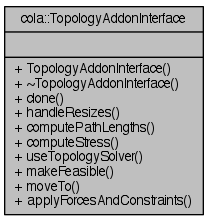
Earlier version of the Graphviz export documentation/classcola_1_1TopologyAddonInterface__coll__graph.png (mjwybrow/adaptagrams). Its source is kept beside it as documentation/classcola_1_1TopologyAddonInterface__coll__graph.dot. The source it was exported from:
```dot
digraph "cola::TopologyAddonInterface"
{
  edge [fontname="Helvetica",fontsize="10",labelfontname="Helvetica",labelfontsize="10"];
  node [fontname="Helvetica",fontsize="10",shape=record];
  Node1 [label="{cola::TopologyAddonInterface\n||+ TopologyAddonInterface()\l+ ~TopologyAddonInterface()\l+ clone()\l+ handleResizes()\l+ computePathLengths()\l+ computeStress()\l+ useTopologySolver()\l+ makeFeasible()\l+ moveTo()\l+ applyForcesAndConstraints()\l}",height=0.2,width=0.4,color="black", fillcolor="grey75", style="filled" fontcolor="black"];
}
```
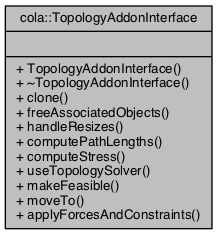
Above is the later version.

Diff of the diagram source:
```diff
@@ -2,5 +2,5 @@
 {
   edge [fontname="Helvetica",fontsize="10",labelfontname="Helvetica",labelfontsize="10"];
   node [fontname="Helvetica",fontsize="10",shape=record];
-  Node1 [label="{cola::TopologyAddonInterface\n||+ TopologyAddonInterface()\l+ ~TopologyAddonInterface()\l+ clone()\l+ handleResizes()\l+ computePathLengths()\l+ computeStress()\l+ useTopologySolver()\l+ makeFeasible()\l+ moveTo()\l+ applyForcesAndConstraints()\l}",height=0.2,width=0.4,color="black", fillcolor="grey75", style="filled" fontcolor="black"];
+  Node1 [label="{cola::TopologyAddonInterface\n||+ TopologyAddonInterface()\l+ ~TopologyAddonInterface()\l+ clone()\l+ freeAssociatedObjects()\l+ handleResizes()\l+ computePathLengths()\l+ computeStress()\l+ useTopologySolver()\l+ makeFeasible()\l+ moveTo()\l+ applyForcesAndConstraints()\l}",height=0.2,width=0.4,color="black", fillcolor="grey75", style="filled", fontcolor="black"];
 }
```
